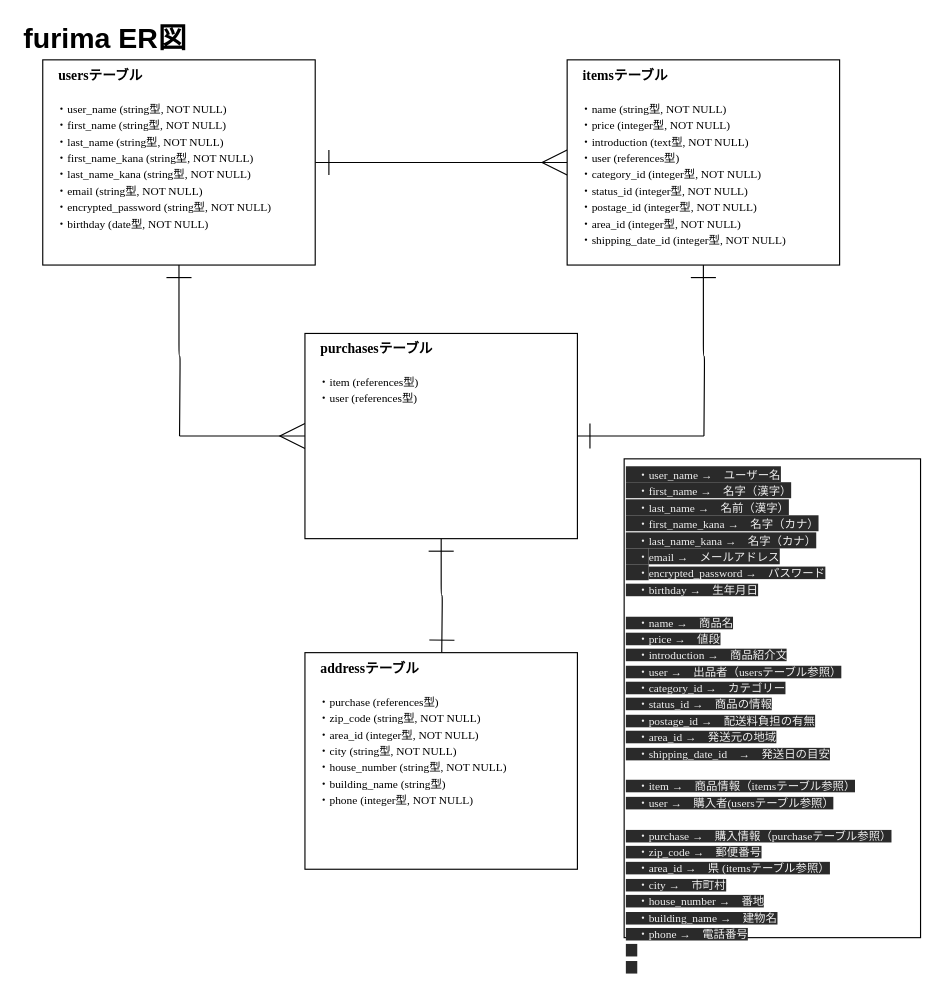
Above: er.dio in yoshidanoryota/furima-36392 (draw.io), before the change. Source tidied: cells renumbered, new cells numbered last; positions are measured from the earlier drawing's top-left corner, leaving out a move shared by most shapes. Both pictures are drawn from the tidied source at 114%, with x=0, y=0 at pixel (19, 25).
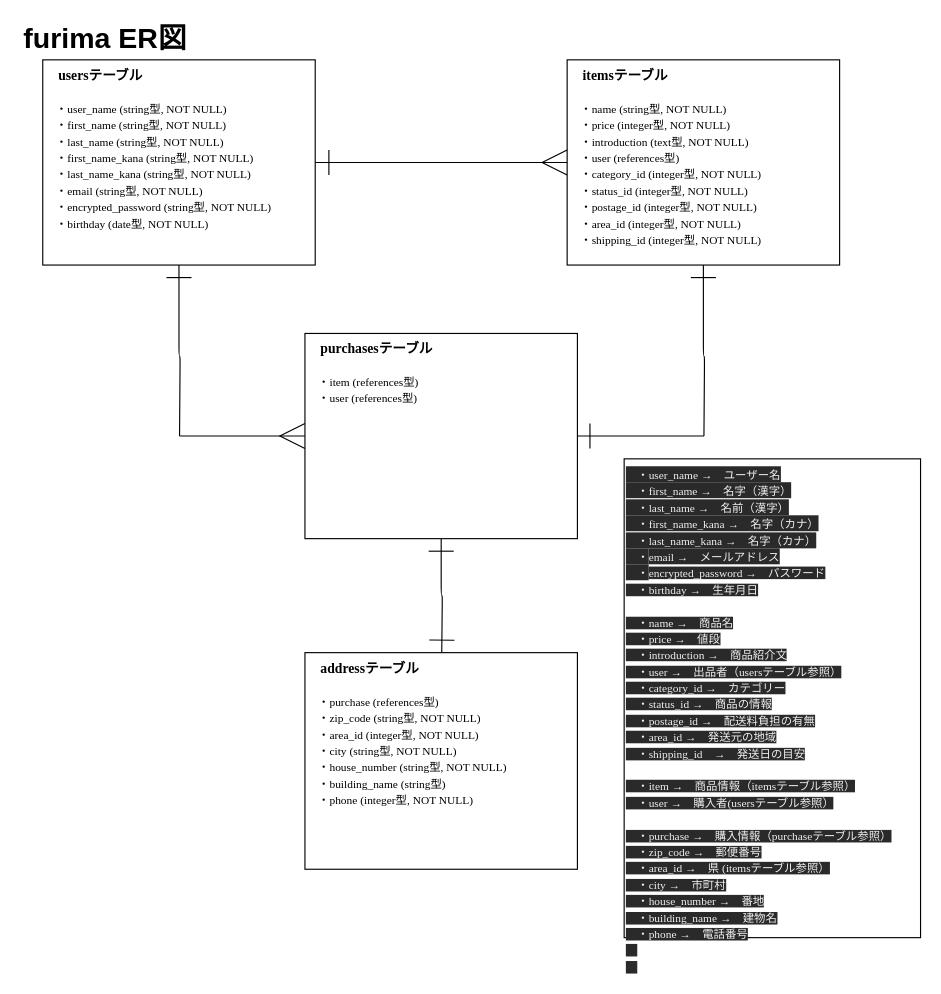
After the change.

Change to the diagram source:
```diff
@@
 <mxGraphModel>
   <root>
     <mxCell id="0" />
     <mxCell id="1" parent="0" />
     <mxCell id="2" style="edgeStyle=orthogonalEdgeStyle;rounded=1;sketch=0;jettySize=auto;html=1;exitX=1;exitY=0.5;exitDx=0;exitDy=0;entryX=0;entryY=0.5;entryDx=0;entryDy=0;endSize=20;endArrow=ERmany;endFill=0;curved=1;" parent="1" edge="1" source="4" target="7">
       <mxGeometry relative="1" as="geometry" />
     </mxCell>
     <mxCell id="3" style="edgeStyle=orthogonalEdgeStyle;curved=0;rounded=1;sketch=0;jettySize=auto;html=1;exitX=0.5;exitY=1;exitDx=0;exitDy=0;endArrow=none;endFill=0;endSize=6;startSize=20;startArrow=ERone;startFill=0;" parent="1" edge="1" source="4">
       <mxGeometry relative="1" as="geometry">
         <mxPoint x="140" y="360" as="targetPoint" />
       </mxGeometry>
     </mxCell>
     <mxCell id="4" value="&lt;font&gt;　&lt;font style=&quot;font-weight: bold ; font-size: 12px&quot;&gt;usersテーブル&lt;br&gt;&lt;/font&gt;&lt;font style=&quot;font-size: 10px&quot;&gt;　&lt;br&gt;　・user_name (string型, NOT NULL)&lt;br&gt;　・first_name (string型, NOT NULL)&lt;br&gt;　・last_name (string型, NOT NULL)&lt;br&gt;　・first_name_kana (string型, NOT NULL)&lt;br&gt;　・last_name_kana (string型, NOT NULL)&lt;br&gt;　・&lt;/font&gt;&lt;/font&gt;&lt;font&gt;&lt;font style=&quot;font-size: 10px&quot;&gt;&lt;font style=&quot;font-size: 10px&quot;&gt;email (string型, NOT NULL)&lt;br&gt;&lt;/font&gt;　・&lt;/font&gt;&lt;/font&gt;&lt;font style=&quot;font-size: 10px&quot;&gt;encrypted_password (string型, NOT NULL)&lt;br&gt;　・birthday (date型, NOT NULL)&lt;br&gt;　&lt;br&gt;&lt;/font&gt;" style="rounded=0;whiteSpace=wrap;html=1;verticalAlign=top;align=left;fontFamily=Garamond;" parent="1" vertex="1">
       <mxGeometry x="20" y="30" width="239" height="180" as="geometry" />
     </mxCell>
     <mxCell id="5" style="edgeStyle=orthogonalEdgeStyle;rounded=1;sketch=0;jettySize=auto;html=1;exitX=0;exitY=0.5;exitDx=0;exitDy=0;endSize=20;endArrow=ERone;endFill=0;curved=1;" parent="1" edge="1" source="7">
       <mxGeometry relative="1" as="geometry">
         <mxPoint x="260" y="120" as="targetPoint" />
       </mxGeometry>
     </mxCell>
     <mxCell id="6" style="edgeStyle=orthogonalEdgeStyle;curved=0;rounded=1;sketch=0;jettySize=auto;html=1;exitX=0.5;exitY=1;exitDx=0;exitDy=0;endArrow=none;endFill=0;startSize=20;startArrow=ERone;startFill=0;" parent="1" edge="1" source="7">
       <mxGeometry relative="1" as="geometry">
         <mxPoint x="600" y="360" as="targetPoint" />
       </mxGeometry>
     </mxCell>
-    <mxCell id="7" value="&lt;font&gt;　&lt;b&gt;items&lt;/b&gt;&lt;font style=&quot;font-size: 12px&quot;&gt;&lt;b&gt;テーブル&lt;/b&gt;&lt;br&gt;&lt;/font&gt;&lt;font style=&quot;font-size: 10px&quot;&gt;　&lt;br&gt;　・name (string型, NOT NULL)&lt;br&gt;　・price (integer型, NOT NULL)&lt;br&gt;　・introduction (text型, NOT NULL)&lt;br&gt;　・user (references型)&lt;br&gt;　・category_id&lt;/font&gt;&lt;/font&gt;&lt;font&gt;&lt;font style=&quot;font-size: 10px&quot;&gt;&lt;font style=&quot;font-size: 10px&quot;&gt;&amp;nbsp;(integer型, NOT NULL)&lt;br&gt;&lt;/font&gt;　・status_id&lt;/font&gt;&lt;/font&gt;&lt;font style=&quot;font-size: 10px&quot;&gt;&amp;nbsp;(integer型, NOT NULL)&lt;br&gt;　・postage_id (integer型, NOT NULL)&lt;br&gt;　・area_id (integer型, NOT NULL)&lt;br&gt;　・shipping_date_id (integer型, NOT NULL)&lt;br&gt;　&lt;br&gt;　&lt;br&gt;　&lt;br&gt;&lt;/font&gt;" style="rounded=0;whiteSpace=wrap;html=1;verticalAlign=top;align=left;fontFamily=Garamond;" parent="1" vertex="1">
+    <mxCell id="7" value="&lt;font&gt;　&lt;b&gt;items&lt;/b&gt;&lt;font style=&quot;font-size: 12px&quot;&gt;&lt;b&gt;テーブル&lt;/b&gt;&lt;br&gt;&lt;/font&gt;&lt;font style=&quot;font-size: 10px&quot;&gt;　&lt;br&gt;　・name (string型, NOT NULL)&lt;br&gt;　・price (integer型, NOT NULL)&lt;br&gt;　・introduction (text型, NOT NULL)&lt;br&gt;　・user (references型)&lt;br&gt;　・category_id&lt;/font&gt;&lt;/font&gt;&lt;font&gt;&lt;font style=&quot;font-size: 10px&quot;&gt;&lt;font style=&quot;font-size: 10px&quot;&gt;&amp;nbsp;(integer型, NOT NULL)&lt;br&gt;&lt;/font&gt;　・status_id&lt;/font&gt;&lt;/font&gt;&lt;font style=&quot;font-size: 10px&quot;&gt;&amp;nbsp;(integer型, NOT NULL)&lt;br&gt;　・postage_id (integer型, NOT NULL)&lt;br&gt;　・area_id (integer型, NOT NULL)&lt;br&gt;　・shipping_id (integer型, NOT NULL)&lt;br&gt;　&lt;br&gt;　&lt;br&gt;　&lt;br&gt;&lt;/font&gt;" style="rounded=0;whiteSpace=wrap;html=1;verticalAlign=top;align=left;fontFamily=Garamond;" parent="1" vertex="1">
       <mxGeometry x="480" y="30" width="239" height="180" as="geometry" />
     </mxCell>
     <mxCell id="8" style="edgeStyle=orthogonalEdgeStyle;curved=0;rounded=1;sketch=0;jettySize=auto;html=1;endArrow=none;endFill=0;startSize=20;endSize=20;startArrow=ERmany;startFill=0;" parent="1" edge="1" source="11">
       <mxGeometry relative="1" as="geometry">
         <mxPoint x="140" y="360" as="targetPoint" />
       </mxGeometry>
     </mxCell>
     <mxCell id="9" style="edgeStyle=orthogonalEdgeStyle;curved=0;rounded=1;sketch=0;jettySize=auto;html=1;exitX=1;exitY=0.5;exitDx=0;exitDy=0;startArrow=ERone;startFill=0;endArrow=none;endFill=0;startSize=20;" parent="1" edge="1" source="11">
       <mxGeometry relative="1" as="geometry">
         <mxPoint x="600" y="360" as="targetPoint" />
       </mxGeometry>
     </mxCell>
     <mxCell id="10" style="edgeStyle=orthogonalEdgeStyle;curved=0;rounded=1;sketch=0;jettySize=auto;html=1;exitX=0.5;exitY=1;exitDx=0;exitDy=0;startArrow=ERone;startFill=0;endArrow=ERone;endFill=0;startSize=20;endSize=20;" parent="1" edge="1" source="11">
       <mxGeometry relative="1" as="geometry">
         <mxPoint x="370" y="550" as="targetPoint" />
       </mxGeometry>
     </mxCell>
     <mxCell id="11" value="&lt;font&gt;　&lt;b&gt;purchases&lt;/b&gt;&lt;font style=&quot;font-size: 12px&quot;&gt;&lt;b&gt;テーブル&lt;/b&gt;&lt;br&gt;&lt;/font&gt;&lt;font style=&quot;font-size: 10px&quot;&gt;　&lt;/font&gt;&lt;/font&gt;&lt;font&gt;&lt;font style=&quot;font-size: 10px&quot;&gt;&lt;font style=&quot;font-size: 10px&quot;&gt;&lt;br&gt;&lt;/font&gt;　&lt;/font&gt;&lt;/font&gt;&lt;font style=&quot;font-size: 10px&quot;&gt;・item (references型)&lt;br&gt;　・user (references型)&lt;br&gt;　&lt;br&gt;　&lt;br&gt;&lt;/font&gt;" style="rounded=0;whiteSpace=wrap;html=1;verticalAlign=top;align=left;fontFamily=Garamond;" parent="1" vertex="1">
       <mxGeometry x="250" y="270" width="239" height="180" as="geometry" />
     </mxCell>
     <mxCell id="12" value="&lt;font&gt;　&lt;b&gt;&lt;font style=&quot;font-size: 12px&quot;&gt;address&lt;/font&gt;&lt;/b&gt;&lt;font style=&quot;font-size: 12px&quot;&gt;&lt;b&gt;テーブル&lt;/b&gt;&lt;br&gt;&lt;/font&gt;&lt;font style=&quot;font-size: 10px&quot;&gt;　&lt;/font&gt;&lt;/font&gt;&lt;font&gt;&lt;font style=&quot;font-size: 10px&quot;&gt;&lt;font style=&quot;font-size: 10px&quot;&gt;&lt;br&gt;&lt;/font&gt;　&lt;/font&gt;&lt;/font&gt;&lt;font style=&quot;font-size: 10px&quot;&gt;・purchase (references型)&lt;br&gt;　・zip_code (string型, NOT NULL)&lt;br&gt;　・area_id (integer型, NOT NULL)&lt;br&gt;　・city (string型, NOT NULL)&lt;br&gt;　・house_number (string型, NOT NULL)&lt;br&gt;　・building_name (string型)&lt;br&gt;　・phone (integer型, NOT NULL)&lt;br&gt;&lt;/font&gt;" style="rounded=0;whiteSpace=wrap;html=1;verticalAlign=top;align=left;fontFamily=Garamond;" parent="1" vertex="1">
       <mxGeometry x="250" y="550" width="239" height="190" as="geometry" />
     </mxCell>
-    <mxCell id="13" value="&lt;font style=&quot;color: rgb(240 , 240 , 240) ; font-family: &amp;#34;garamond&amp;#34; ; font-size: 12px ; font-style: normal ; font-weight: 400 ; letter-spacing: normal ; text-align: left ; text-indent: 0px ; text-transform: none ; word-spacing: 0px ; background-color: rgb(42 , 42 , 42)&quot;&gt;&lt;font style=&quot;font-size: 10px&quot;&gt;　・user_name →　ユーザー名&lt;br&gt;　・first_name →　名字（漢字）&lt;br&gt;　・last_name →　名前（漢字）&lt;br&gt;　・first_name_kana →　名字（カナ）&lt;br&gt;　・last_name_kana →　名字（カナ）&lt;br&gt;　・&lt;/font&gt;&lt;/font&gt;&lt;font style=&quot;color: rgb(240 , 240 , 240) ; font-family: &amp;#34;garamond&amp;#34; ; font-size: 12px ; font-style: normal ; font-weight: 400 ; letter-spacing: normal ; text-align: left ; text-indent: 0px ; text-transform: none ; word-spacing: 0px ; background-color: rgb(42 , 42 , 42)&quot;&gt;&lt;font style=&quot;font-size: 10px&quot;&gt;&lt;font style=&quot;font-size: 10px&quot;&gt;email →　メールアドレス&lt;br&gt;&lt;/font&gt;　・&lt;/font&gt;&lt;/font&gt;&lt;font style=&quot;color: rgb(240 , 240 , 240) ; font-family: &amp;#34;garamond&amp;#34; ; font-style: normal ; font-weight: 400 ; letter-spacing: normal ; text-align: left ; text-indent: 0px ; text-transform: none ; word-spacing: 0px ; background-color: rgb(42 , 42 , 42) ; font-size: 10px&quot;&gt;encrypted_password →　パスワード&lt;br&gt;　・birthday →　生年月日&lt;br&gt;&lt;br&gt;&lt;font style=&quot;font-family: &amp;#34;garamond&amp;#34; ; font-size: 12px&quot;&gt;&lt;font style=&quot;font-size: 10px&quot;&gt;　・name →　商品名&lt;br&gt;　・price →　値段&lt;br&gt;　・introduction →　商品紹介文&lt;br&gt;　・user →　出品者（usersテーブル参照）&lt;br&gt;　・category_id&lt;/font&gt;&lt;/font&gt;&lt;font style=&quot;font-family: &amp;#34;garamond&amp;#34; ; font-size: 12px&quot;&gt;&lt;font style=&quot;font-size: 10px&quot;&gt;&amp;nbsp;→　カテゴリー&lt;br&gt;　・status_id&lt;/font&gt;&lt;/font&gt;&lt;font style=&quot;font-family: &amp;#34;garamond&amp;#34;&quot;&gt;&amp;nbsp;→　商品の情報&lt;br&gt;　・postage_id →　配送料負担の有無&lt;br&gt;　・area_id →　発送元の地域&lt;br&gt;　・shipping_date_id　→　発送日の目安&lt;br&gt;&lt;br&gt;　&lt;font style=&quot;font-family: &amp;#34;garamond&amp;#34;&quot;&gt;・item →　商品情報（itemsテーブル参照）&lt;br&gt;　・user →　購入者(usersテーブル参照）&lt;br&gt;&lt;br&gt;&lt;/font&gt;　&lt;font style=&quot;font-family: &amp;#34;garamond&amp;#34;&quot;&gt;・purchase →　購入情報（purchaseテーブル参照）&lt;br&gt;　・zip_code →　郵便番号&lt;br&gt;　・area_id →　県 (itemsテーブル参照）&lt;br&gt;　・city →　市町村&lt;br&gt;　・house_number →　番地&lt;br&gt;　・building_name →　建物名&lt;br&gt;　・phone →　電話番号&lt;/font&gt;&lt;br&gt;　&lt;br&gt;　&lt;/font&gt;&lt;br&gt;&lt;/font&gt;" style="rounded=0;whiteSpace=wrap;html=1;verticalAlign=top;align=left;fontFamily=Garamond;" parent="1" vertex="1">
+    <mxCell id="13" value="&lt;font style=&quot;color: rgb(240 , 240 , 240) ; font-family: &amp;#34;garamond&amp;#34; ; font-size: 12px ; font-style: normal ; font-weight: 400 ; letter-spacing: normal ; text-align: left ; text-indent: 0px ; text-transform: none ; word-spacing: 0px ; background-color: rgb(42 , 42 , 42)&quot;&gt;&lt;font style=&quot;font-size: 10px&quot;&gt;　・user_name →　ユーザー名&lt;br&gt;　・first_name →　名字（漢字）&lt;br&gt;　・last_name →　名前（漢字）&lt;br&gt;　・first_name_kana →　名字（カナ）&lt;br&gt;　・last_name_kana →　名字（カナ）&lt;br&gt;　・&lt;/font&gt;&lt;/font&gt;&lt;font style=&quot;color: rgb(240 , 240 , 240) ; font-family: &amp;#34;garamond&amp;#34; ; font-size: 12px ; font-style: normal ; font-weight: 400 ; letter-spacing: normal ; text-align: left ; text-indent: 0px ; text-transform: none ; word-spacing: 0px ; background-color: rgb(42 , 42 , 42)&quot;&gt;&lt;font style=&quot;font-size: 10px&quot;&gt;&lt;font style=&quot;font-size: 10px&quot;&gt;email →　メールアドレス&lt;br&gt;&lt;/font&gt;　・&lt;/font&gt;&lt;/font&gt;&lt;font style=&quot;color: rgb(240 , 240 , 240) ; font-family: &amp;#34;garamond&amp;#34; ; font-style: normal ; font-weight: 400 ; letter-spacing: normal ; text-align: left ; text-indent: 0px ; text-transform: none ; word-spacing: 0px ; background-color: rgb(42 , 42 , 42) ; font-size: 10px&quot;&gt;encrypted_password →　パスワード&lt;br&gt;　・birthday →　生年月日&lt;br&gt;&lt;br&gt;&lt;font style=&quot;font-family: &amp;#34;garamond&amp;#34; ; font-size: 12px&quot;&gt;&lt;font style=&quot;font-size: 10px&quot;&gt;　・name →　商品名&lt;br&gt;　・price →　値段&lt;br&gt;　・introduction →　商品紹介文&lt;br&gt;　・user →　出品者（usersテーブル参照）&lt;br&gt;　・category_id&lt;/font&gt;&lt;/font&gt;&lt;font style=&quot;font-family: &amp;#34;garamond&amp;#34; ; font-size: 12px&quot;&gt;&lt;font style=&quot;font-size: 10px&quot;&gt;&amp;nbsp;→　カテゴリー&lt;br&gt;　・status_id&lt;/font&gt;&lt;/font&gt;&lt;font style=&quot;font-family: &amp;#34;garamond&amp;#34;&quot;&gt;&amp;nbsp;→　商品の情報&lt;br&gt;　・postage_id →　配送料負担の有無&lt;br&gt;　・area_id →　発送元の地域&lt;br&gt;　・shipping_id　→　発送日の目安&lt;br&gt;&lt;br&gt;　&lt;font style=&quot;font-family: &amp;#34;garamond&amp;#34;&quot;&gt;・item →　商品情報（itemsテーブル参照）&lt;br&gt;　・user →　購入者(usersテーブル参照）&lt;br&gt;&lt;br&gt;&lt;/font&gt;　&lt;font style=&quot;font-family: &amp;#34;garamond&amp;#34;&quot;&gt;・purchase →　購入情報（purchaseテーブル参照）&lt;br&gt;　・zip_code →　郵便番号&lt;br&gt;　・area_id →　県 (itemsテーブル参照）&lt;br&gt;　・city →　市町村&lt;br&gt;　・house_number →　番地&lt;br&gt;　・building_name →　建物名&lt;br&gt;　・phone →　電話番号&lt;/font&gt;&lt;br&gt;　&lt;br&gt;　&lt;/font&gt;&lt;br&gt;&lt;/font&gt;" style="rounded=0;whiteSpace=wrap;html=1;verticalAlign=top;align=left;fontFamily=Garamond;" parent="1" vertex="1">
       <mxGeometry x="530" y="380" width="260" height="420" as="geometry" />
     </mxCell>
     <mxCell id="14" value="furima ER図" style="text;html=1;strokeColor=none;fillColor=none;align=center;verticalAlign=middle;whiteSpace=wrap;rounded=0;sketch=0;fontStyle=1;fontSize=25;" parent="1" vertex="1">
       <mxGeometry width="150" height="20" as="geometry" />
     </mxCell>
   </root>
 </mxGraphModel>
```
